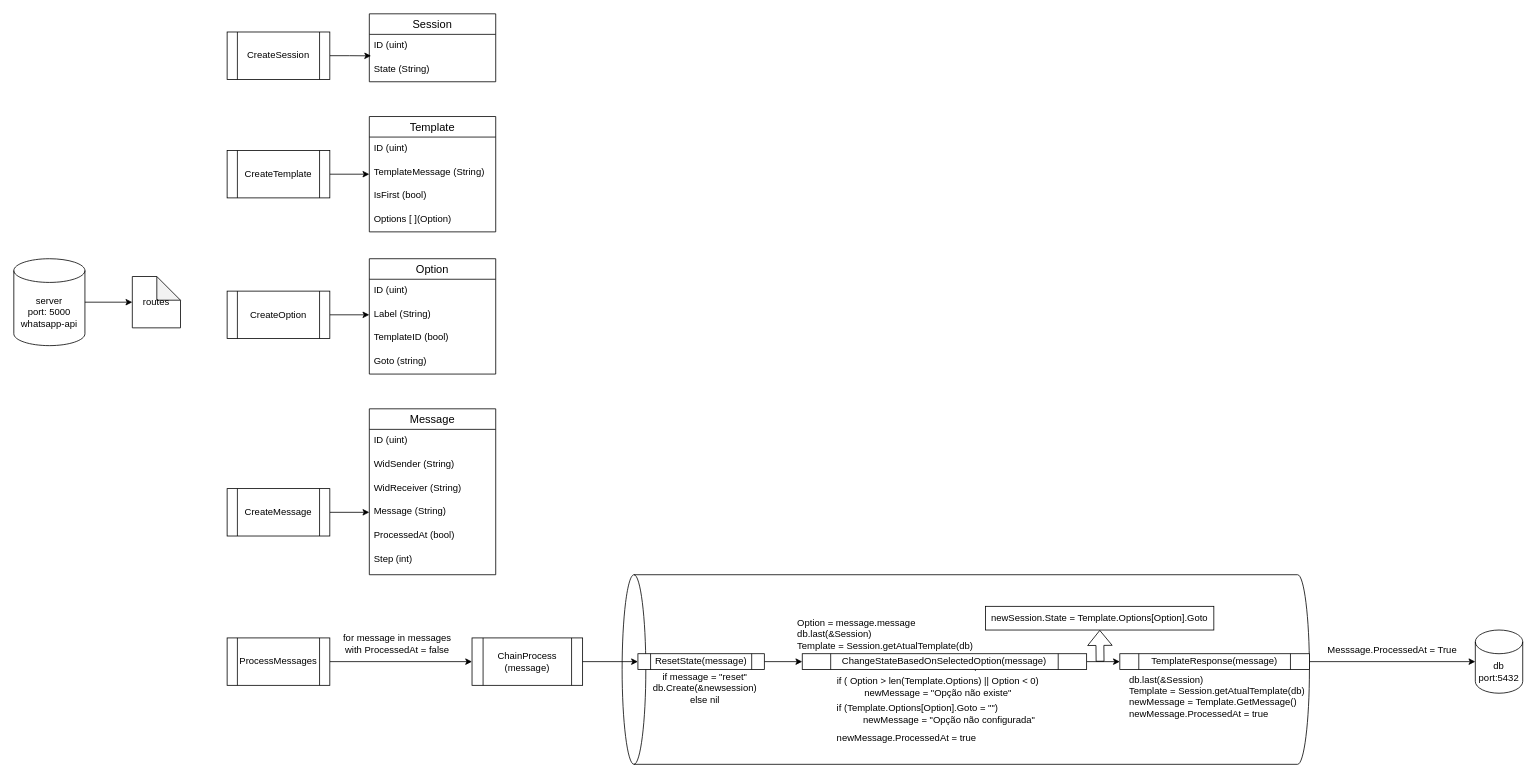
The draw.io diagram class-bot-api.dart.drawio in italoctb/iabots, before the edit. Source tidied: cells renumbered, new cells numbered last; positions are measured from the earlier drawing's top-left corner, leaving out a move shared by most shapes. Both pictures are drawn from the tidied source at 79%, with x=0, y=0 at pixel (13, 13).
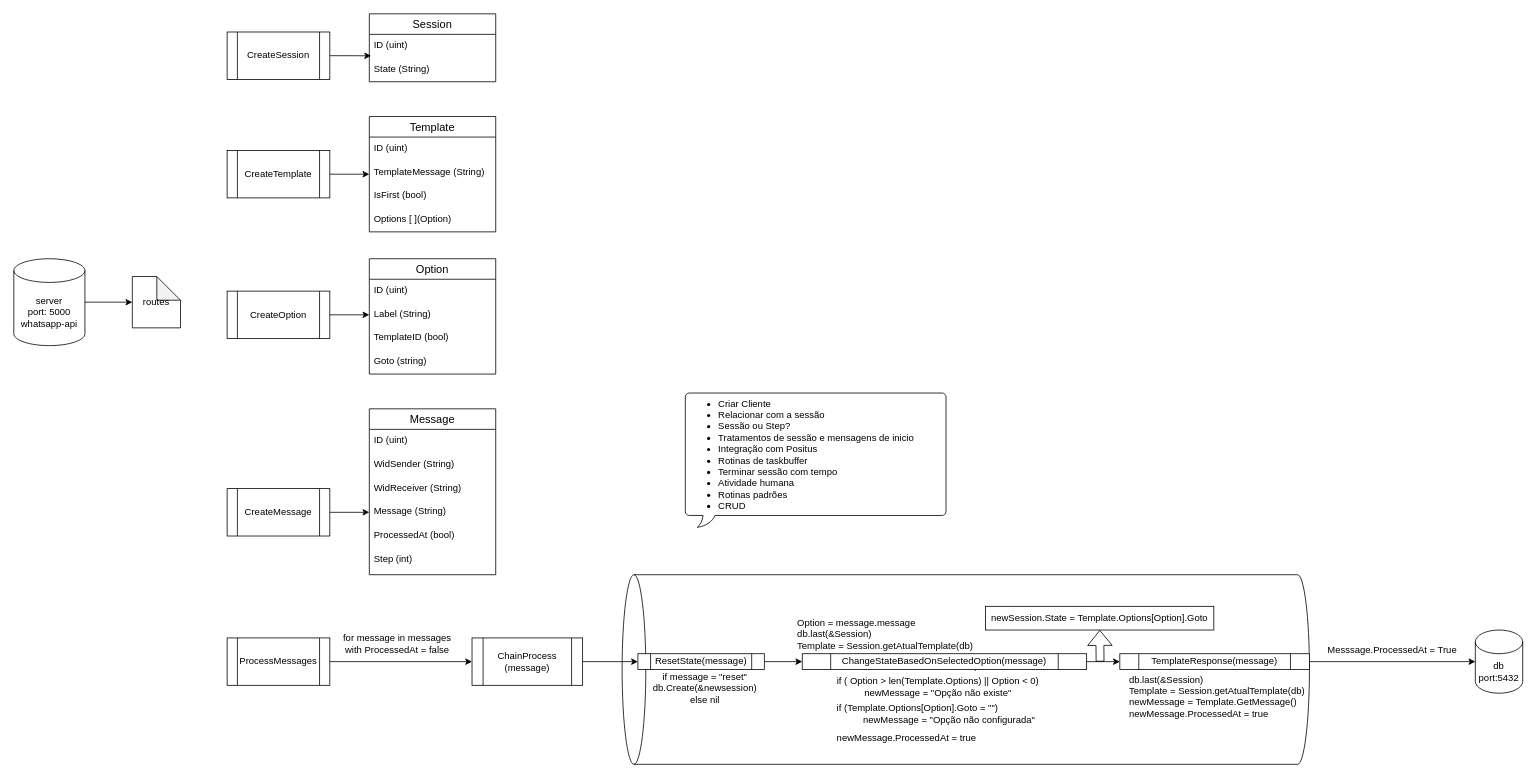
Above is the later version.

Commit message:
To do list at schema

Diff of the diagram source:
```diff
@@
+    <mxCell id="55" value="&lt;ul&gt;&lt;li&gt;Criar Cliente&lt;/li&gt;&lt;li&gt;Relacionar com a sessão&lt;/li&gt;&lt;li&gt;Sessão ou Step?&lt;/li&gt;&lt;li&gt;Tratamentos de sessão e mensagens de inicio&lt;/li&gt;&lt;li&gt;Integração com Positus&lt;/li&gt;&lt;li&gt;Rotinas de taskbuffer&lt;/li&gt;&lt;li&gt;Terminar sessão com tempo&lt;/li&gt;&lt;li&gt;Atividade humana&lt;/li&gt;&lt;li&gt;Rotinas padrões&lt;/li&gt;&lt;li&gt;CRUD&lt;/li&gt;&lt;/ul&gt;" style="whiteSpace=wrap;html=1;shape=mxgraph.basic.roundRectCallout;dx=30;dy=15;size=5;boundedLbl=1;strokeColor=default;fillColor=none;align=left;" parent="1" vertex="1">
+      <mxGeometry x="850" y="480" width="330" height="170" as="geometry" />
+    </mxCell>
```
